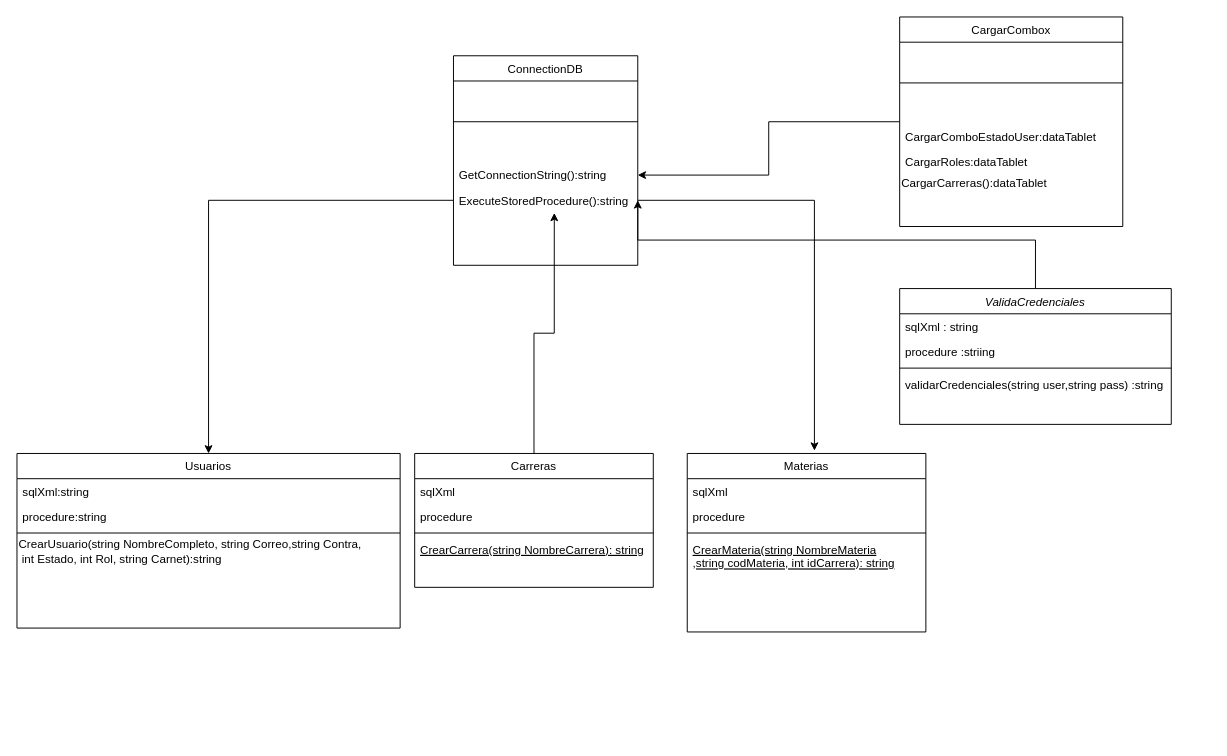
This is ProyectoPED/ArchivosDB/DiagramaUML.drawio from MoisesProyectosUDB/UDB-PED-Proyecto, a draw.io file, before an edit. Source tidied: cells renumbered, new cells numbered last; positions are measured from the earlier drawing's top-left corner, leaving out a move shared by most shapes. Both pictures are drawn from the tidied source at 97%, with x=0, y=0 at pixel (16, 16).
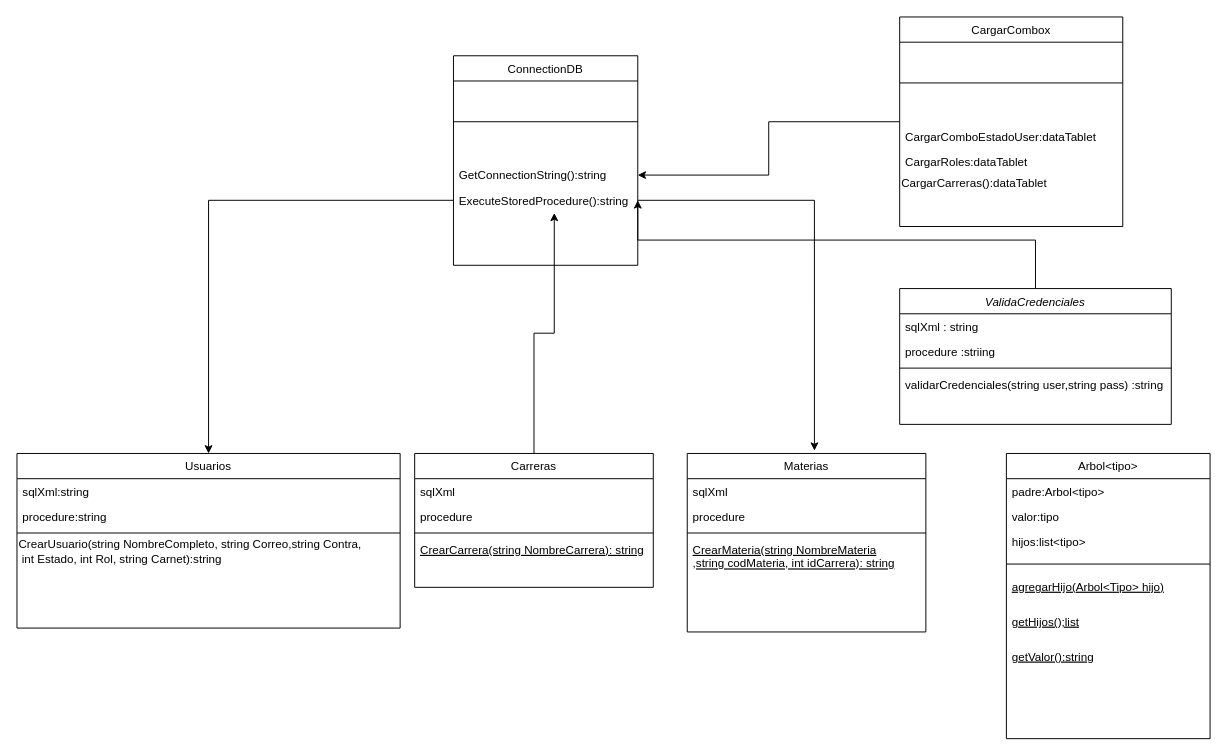
The same diagram, later.

Diff of the diagram source:
```diff
@@
+    <mxCell id="36" value="Arbol&lt;tipo&gt;" style="swimlane;fontStyle=0;align=center;verticalAlign=top;horizontal=1;startSize=26;rounded=0;shadow=0;strokeWidth=1;" parent="1" vertex="1">
+      <mxGeometry x="1020" y="450" width="210" height="294" as="geometry" />
+    </mxCell>
+    <mxCell id="37" value="padre:Arbol&lt;tipo&gt;" style="text;align=left;verticalAlign=top;spacingLeft=4;spacingRight=4;overflow=hidden;" parent="36" vertex="1">
+      <mxGeometry y="26" width="210" height="26" as="geometry" />
+    </mxCell>
+    <mxCell id="38" value="valor:tipo" style="text;align=left;verticalAlign=top;spacingLeft=4;spacingRight=4;overflow=hidden;rounded=0;shadow=0;html=0;" parent="36" vertex="1">
+      <mxGeometry y="52" width="210" height="26" as="geometry" />
+    </mxCell>
+    <mxCell id="39" value="hijos:list&lt;tipo&gt;" style="text;align=left;verticalAlign=top;spacingLeft=4;spacingRight=4;overflow=hidden;rounded=0;shadow=0;html=0;" parent="36" vertex="1">
+      <mxGeometry y="78" width="210" height="26" as="geometry" />
+    </mxCell>
+    <mxCell id="40" style="line;html=1;strokeWidth=1;align=left;verticalAlign=middle;spacingTop=-1;spacingLeft=3;spacingRight=3;labelPosition=right;" parent="36" vertex="1">
+      <mxGeometry y="104" width="210" height="20" as="geometry" />
+    </mxCell>
+    <mxCell id="41" value="agregarHijo(Arbol&lt;Tipo&gt; hijo)" style="text;align=left;verticalAlign=top;spacingLeft=4;spacingRight=4;overflow=hidden;fontStyle=4;" parent="36" vertex="1">
+      <mxGeometry y="124" width="210" height="36" as="geometry" />
+    </mxCell>
+    <mxCell id="42" value="getHijos();list" style="text;align=left;verticalAlign=top;spacingLeft=4;spacingRight=4;overflow=hidden;fontStyle=4;" parent="36" vertex="1">
+      <mxGeometry y="160" width="210" height="36" as="geometry" />
+    </mxCell>
+    <mxCell id="43" value="getValor():string" style="text;align=left;verticalAlign=top;spacingLeft=4;spacingRight=4;overflow=hidden;fontStyle=4;" parent="36" vertex="1">
+      <mxGeometry y="196" width="210" height="36" as="geometry" />
+    </mxCell>
```
